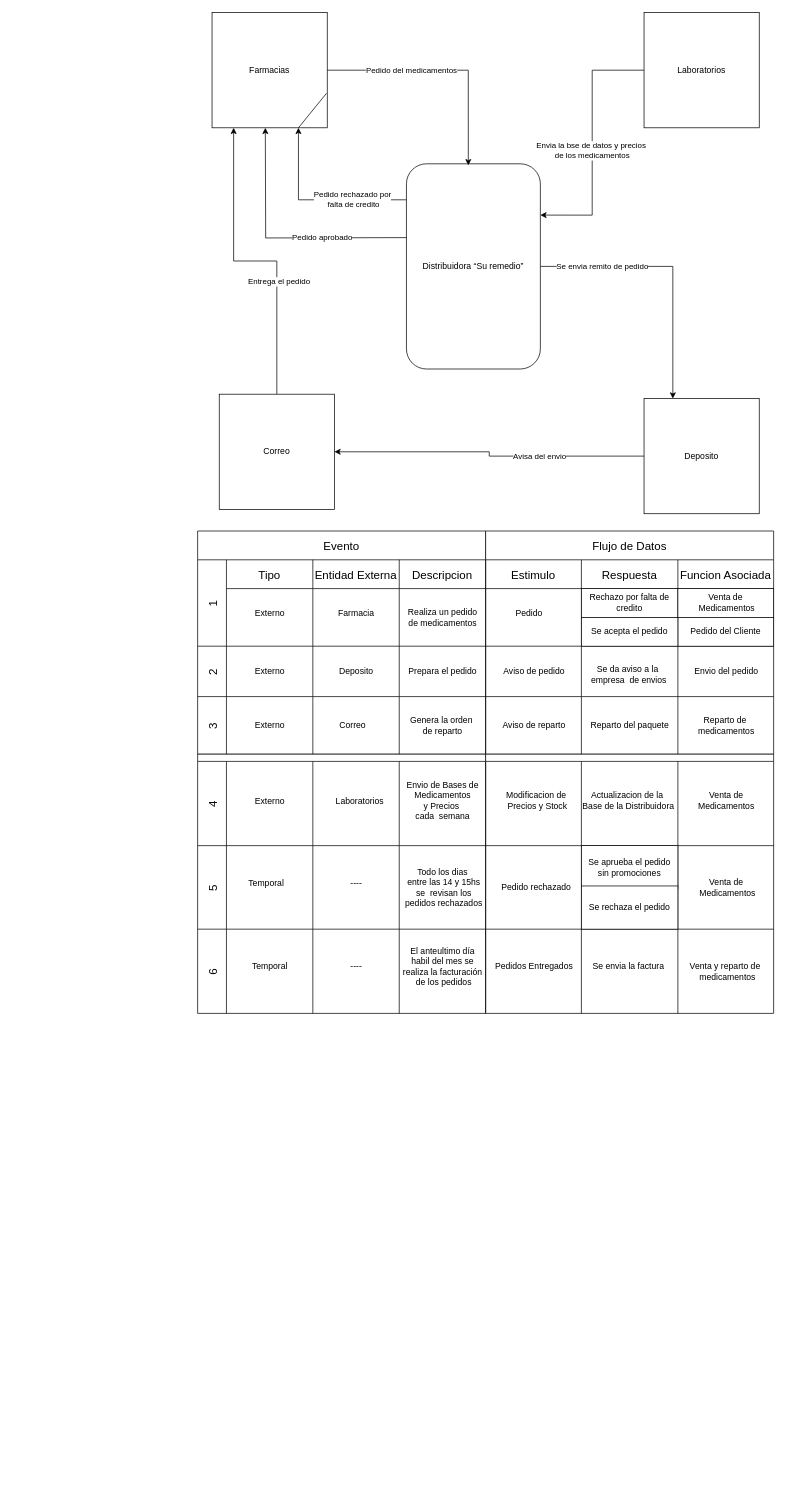
This is Diagrama sin título.drawio from LucasDiBs/DFD, a draw.io file, before an edit. Source tidied: cells renumbered, new cells numbered last; positions are measured from the earlier drawing's top-left corner, leaving out a move shared by most shapes. Both pictures are drawn from the tidied source at 72%, with x=0, y=0 at pixel (197, 12).
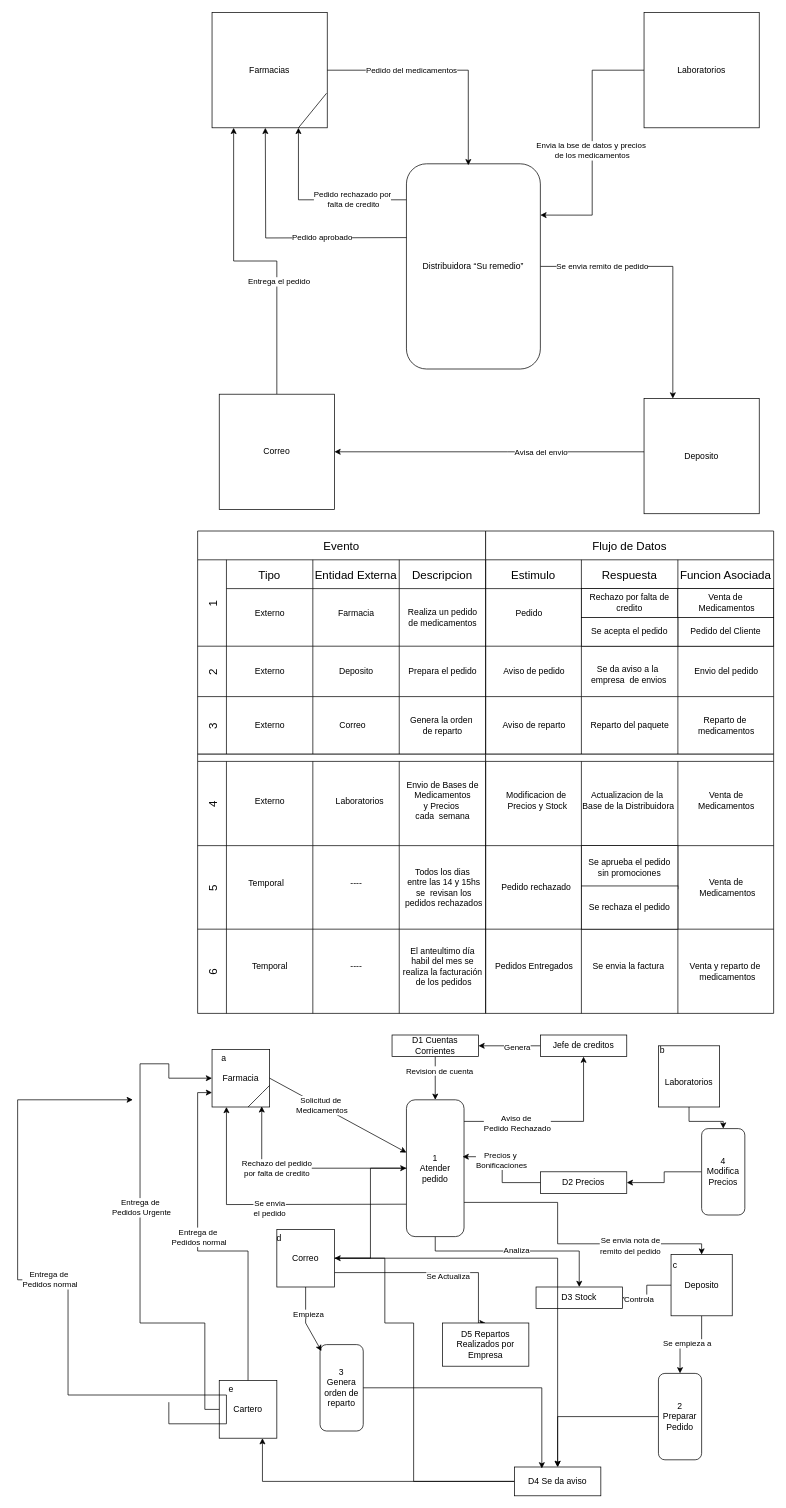
After the change.

The change refers to these unchanged cells:
```xml
<mxCell id="18" value="Deposito" style="whiteSpace=wrap;html=1;" parent="1" vertex="1">
  <mxGeometry x="620" y="536" width="160" height="160" as="geometry" />
</mxCell>
<mxCell id="21" value="Correo" style="whiteSpace=wrap;html=1;" parent="1" vertex="1">
  <mxGeometry x="30" y="530" width="160" height="160" as="geometry" />
</mxCell>
<mxCell id="82" style="swimlane;swimlaneHead=0;swimlaneBody=0;fontStyle=0;strokeColor=inherit;fillColor=none;startSize=0;fontSize=16;" parent="77" vertex="1">
  <mxGeometry x="280" width="120" height="116" as="geometry" />
</mxCell>
```

Diff of the diagram source:
```diff
@@
+    <mxCell id="114" style="edgeStyle=orthogonalEdgeStyle;rounded=0;jettySize=auto;html=1;" parent="1" edge="1" source="124" target="133">
+      <mxGeometry relative="1" as="geometry">
+        <Array as="points">
+          <mxPoint x="330" y="1720" />
+          <mxPoint x="530" y="1720" />
+        </Array>
+      </mxGeometry>
+    </mxCell>
+    <mxCell id="115" value="Analiza" style="edgeLabel;html=1;align=center;verticalAlign=middle;" parent="114" vertex="1">
+      <mxGeometry x="-0.02" y="2" relative="1" as="geometry" />
+    </mxCell>
@@
     <mxCell id="16" style="edgeStyle=orthogonalEdgeStyle;rounded=0;jettySize=auto;html=1;entryX=1;entryY=0.5;entryDx=0;entryDy=0;" parent="1" edge="1" source="18" target="21">
-      <mxGeometry relative="1" as="geometry" />
+      <mxGeometry relative="1" as="geometry">
+        <Array as="points">
+          <mxPoint x="430" y="610" />
+          <mxPoint x="430" y="610" />
+        </Array>
+      </mxGeometry>
     </mxCell>
@@
-    <mxCell id="83" value="Todo los dias&lt;div&gt;&amp;nbsp;entre las 14 y 15hs&lt;/div&gt;&lt;div&gt;&amp;nbsp;&lt;span style=&quot;background-color: initial;&quot;&gt;se&amp;nbsp;&lt;/span&gt;&lt;span style=&quot;background-color: initial;&quot;&gt;&amp;nbsp;revisan los&lt;/span&gt;&lt;/div&gt;&lt;div&gt;&lt;span style=&quot;background-color: initial;&quot;&gt;&amp;nbsp;pedidos&amp;nbsp;&lt;/span&gt;&lt;span style=&quot;background-color: initial;&quot;&gt;rechazados&lt;/span&gt;&lt;/div&gt;" style="text;html=1;align=center;verticalAlign=middle;strokeColor=none;fillColor=none;" parent="82" vertex="1">
+    <mxCell id="83" value="Todos los dias&lt;div&gt;&amp;nbsp;entre las 14 y 15hs&lt;/div&gt;&lt;div&gt;&amp;nbsp;&lt;span style=&quot;background-color: initial;&quot;&gt;se&amp;nbsp;&lt;/span&gt;&lt;span style=&quot;background-color: initial;&quot;&gt;&amp;nbsp;revisan los&lt;/span&gt;&lt;/div&gt;&lt;div&gt;&lt;span style=&quot;background-color: initial;&quot;&gt;&amp;nbsp;pedidos&amp;nbsp;&lt;/span&gt;&lt;span style=&quot;background-color: initial;&quot;&gt;rechazados&lt;/span&gt;&lt;/div&gt;" style="text;html=1;align=center;verticalAlign=middle;strokeColor=none;fillColor=none;" parent="82" vertex="1">
       <mxGeometry x="-5" y="23" width="130" height="70" as="geometry" />
     </mxCell>
@@
+    <mxCell id="116" value="&lt;div&gt;&lt;span style=&quot;background-color: initial;&quot;&gt;a&lt;/span&gt;&lt;span style=&quot;background-color: initial;&quot;&gt;&lt;span style=&quot;white-space: pre;&quot;&gt;&#9;&lt;span style=&quot;white-space: pre;&quot;&gt;&#9;&lt;/span&gt;&lt;/span&gt;&lt;/span&gt;&lt;/div&gt;&lt;div&gt;&lt;span style=&quot;background-color: initial;&quot;&gt;&lt;br&gt;&lt;/span&gt;&lt;/div&gt;&lt;div&gt;&lt;span style=&quot;background-color: initial;&quot;&gt;Farmacia&lt;/span&gt;&lt;br&gt;&lt;/div&gt;&lt;div&gt;&lt;span style=&quot;background-color: initial;&quot;&gt;&lt;br&gt;&lt;/span&gt;&lt;/div&gt;&lt;div&gt;&lt;span style=&quot;background-color: initial;&quot;&gt;&lt;br&gt;&lt;/span&gt;&lt;/div&gt;" style="whiteSpace=wrap;html=1;" parent="1" vertex="1">
+      <mxGeometry x="20" y="1440" width="80" height="80" as="geometry" />
+    </mxCell>
+    <mxCell id="117" style="endArrow=none;html=1;rounded=0;" parent="1" edge="1">
+      <mxGeometry relative="1" as="geometry">
+        <mxPoint x="70" y="1520" as="sourcePoint" />
+        <mxPoint x="100" y="1490" as="targetPoint" />
+        <Array as="points">
+          <mxPoint x="90" y="1500" />
+        </Array>
+      </mxGeometry>
+    </mxCell>
+    <mxCell id="118" style="edgeStyle=orthogonalEdgeStyle;rounded=0;jettySize=auto;html=1;entryX=0.25;entryY=1;entryDx=0;entryDy=0;" parent="1" edge="1" target="116">
+      <mxGeometry relative="1" as="geometry">
+        <mxPoint x="290" y="1655" as="sourcePoint" />
+      </mxGeometry>
+    </mxCell>
+    <mxCell id="119" value="Se envia&lt;div&gt;el pedido&lt;/div&gt;" style="edgeLabel;html=1;align=center;verticalAlign=middle;" parent="118" vertex="1">
+      <mxGeometry x="-0.01" y="5" relative="1" as="geometry" />
+    </mxCell>
+    <mxCell id="120" style="edgeStyle=orthogonalEdgeStyle;rounded=0;jettySize=auto;html=1;" parent="1" edge="1" source="124" target="131">
+      <mxGeometry relative="1" as="geometry">
+        <Array as="points">
+          <mxPoint x="536" y="1540" />
+        </Array>
+      </mxGeometry>
+    </mxCell>
+    <mxCell id="121" value="Aviso de&amp;nbsp;&lt;div&gt;Pedido Rechazado&lt;/div&gt;" style="edgeLabel;html=1;align=center;verticalAlign=middle;" parent="120" vertex="1">
+      <mxGeometry x="-0.43" y="-2" relative="1" as="geometry" />
+    </mxCell>
+    <mxCell id="122" style="edgeStyle=orthogonalEdgeStyle;rounded=0;jettySize=auto;html=1;exitX=0.75;exitY=0;exitDx=0;exitDy=0;" parent="1" edge="1" source="124" target="145">
+      <mxGeometry relative="1" as="geometry">
+        <Array as="points">
+          <mxPoint x="500" y="1653" />
+          <mxPoint x="500" y="1710" />
+        </Array>
+      </mxGeometry>
+    </mxCell>
+    <mxCell id="123" value="Se envia nota de&lt;div&gt;remito del pedido&lt;/div&gt;" style="edgeLabel;html=1;align=center;verticalAlign=middle;" parent="122" vertex="1">
+      <mxGeometry x="0.43" y="-2" relative="1" as="geometry" />
+    </mxCell>
+    <mxCell id="124" value="&lt;span style=&quot;background-color: initial;&quot;&gt;1&lt;/span&gt;&lt;div&gt;&lt;span style=&quot;background-color: initial;&quot;&gt;Atender pedido&lt;/span&gt;&lt;/div&gt;" style="rounded=1;whiteSpace=wrap;html=1;direction=south;" parent="1" vertex="1">
+      <mxGeometry x="290" y="1510" width="80" height="190" as="geometry" />
+    </mxCell>
+    <mxCell id="125" style="endArrow=classic;html=1;rounded=0;exitX=1;exitY=0.5;exitDx=0;exitDy=0;" parent="1" edge="1" source="116" target="124">
+      <mxGeometry relative="1" as="geometry" />
+    </mxCell>
+    <mxCell id="126" value="Solicitud de&lt;div&gt;&amp;nbsp;Medicamentos&lt;/div&gt;" style="edgeLabel;html=1;align=center;verticalAlign=middle;" parent="125" vertex="1">
+      <mxGeometry x="-0.26" y="1" relative="1" as="geometry" />
+    </mxCell>
+    <mxCell id="127" style="edgeStyle=orthogonalEdgeStyle;rounded=0;jettySize=auto;html=1;entryX=0.863;entryY=0.988;entryDx=0;entryDy=0;entryPerimeter=0;" parent="1" edge="1" source="124" target="116">
+      <mxGeometry relative="1" as="geometry" />
+    </mxCell>
+    <mxCell id="128" value="Rechazo del pedido&lt;div&gt;por falta de credito&lt;/div&gt;" style="edgeLabel;html=1;align=center;verticalAlign=middle;" parent="127" vertex="1">
+      <mxGeometry x="0.26" relative="1" as="geometry" />
+    </mxCell>
+    <mxCell id="129" style="edgeStyle=orthogonalEdgeStyle;rounded=0;jettySize=auto;html=1;" parent="1" edge="1" source="131" target="136">
+      <mxGeometry relative="1" as="geometry" />
+    </mxCell>
+    <mxCell id="130" value="Genera" style="edgeLabel;html=1;align=center;verticalAlign=middle;" parent="129" vertex="1">
+      <mxGeometry x="-0.23" y="1" relative="1" as="geometry" />
+    </mxCell>
+    <mxCell id="131" value="Jefe de creditos" style="whiteSpace=wrap;html=1;" parent="1" vertex="1">
+      <mxGeometry x="476" y="1420" width="120" height="30" as="geometry" />
+    </mxCell>
+    <mxCell id="132" value="D2 Precios" style="whiteSpace=wrap;html=1;" parent="1" vertex="1">
+      <mxGeometry x="476" y="1610" width="120" height="30" as="geometry" />
+    </mxCell>
+    <mxCell id="133" value="D3 Stock" style="whiteSpace=wrap;html=1;" parent="1" vertex="1">
+      <mxGeometry x="470" y="1770" width="120" height="30" as="geometry" />
+    </mxCell>
+    <mxCell id="134" style="edgeStyle=orthogonalEdgeStyle;rounded=0;jettySize=auto;html=1;" parent="1" edge="1" source="136" target="124">
+      <mxGeometry relative="1" as="geometry" />
+    </mxCell>
+    <mxCell id="135" value="Revision de cuenta" style="edgeLabel;html=1;align=center;verticalAlign=middle;" parent="134" vertex="1">
+      <mxGeometry x="-0.37" y="5" relative="1" as="geometry" />
+    </mxCell>
+    <mxCell id="136" value="D1 Cuentas Corrientes" style="whiteSpace=wrap;html=1;" parent="1" vertex="1">
+      <mxGeometry x="270" y="1420" width="120" height="30" as="geometry" />
+    </mxCell>
+    <mxCell id="137" style="edgeStyle=orthogonalEdgeStyle;rounded=0;jettySize=auto;html=1;entryX=0.416;entryY=0.025;entryDx=0;entryDy=0;entryPerimeter=0;" parent="1" edge="1" source="132" target="124">
+      <mxGeometry relative="1" as="geometry" />
+    </mxCell>
+    <mxCell id="138" value="Precios y&amp;nbsp;&lt;div&gt;Bonificaciones&lt;/div&gt;" style="edgeLabel;html=1;align=center;verticalAlign=middle;" parent="137" vertex="1">
+      <mxGeometry x="0.18" y="2" relative="1" as="geometry" />
+    </mxCell>
+    <mxCell id="139" style="edgeStyle=orthogonalEdgeStyle;rounded=0;jettySize=auto;html=1;" parent="1" edge="1" source="140" target="165">
+      <mxGeometry relative="1" as="geometry" />
+    </mxCell>
+    <mxCell id="140" value="&lt;div&gt;b&lt;span style=&quot;white-space: pre;&quot;&gt;&#9;&lt;span style=&quot;white-space: pre;&quot;&gt;&#9;&lt;/span&gt;&lt;/span&gt;&lt;span style=&quot;white-space: pre;&quot;&gt;&#9;&lt;/span&gt;&lt;/div&gt;&lt;div&gt;&lt;br&gt;&lt;/div&gt;&lt;div&gt;&lt;br&gt;&lt;/div&gt;&lt;div&gt;Laboratorios&lt;/div&gt;&lt;div&gt;&lt;br&gt;&lt;/div&gt;&lt;div&gt;&lt;br&gt;&lt;/div&gt;" style="whiteSpace=wrap;html=1;" parent="1" vertex="1">
+      <mxGeometry x="640" y="1435" width="85" height="85" as="geometry" />
+    </mxCell>
+    <mxCell id="141" style="edgeStyle=orthogonalEdgeStyle;rounded=0;jettySize=auto;html=1;entryX=1;entryY=0.5;entryDx=0;entryDy=0;" parent="1" edge="1" source="145" target="133">
+      <mxGeometry relative="1" as="geometry" />
+    </mxCell>
+    <mxCell id="142" value="Controla" style="edgeLabel;html=1;align=center;verticalAlign=middle;" parent="141" vertex="1">
+      <mxGeometry x="0.48" y="1" relative="1" as="geometry" />
+    </mxCell>
+    <mxCell id="143" style="edgeStyle=orthogonalEdgeStyle;rounded=0;jettySize=auto;html=1;" parent="1" edge="1" source="145" target="147">
+      <mxGeometry relative="1" as="geometry" />
+    </mxCell>
+    <mxCell id="144" value="Se empieza a" style="edgeLabel;html=1;align=center;verticalAlign=middle;" parent="143" vertex="1">
+      <mxGeometry x="0.11" y="-2" relative="1" as="geometry" />
+    </mxCell>
+    <mxCell id="145" value="c&lt;span style=&quot;white-space: pre;&quot;&gt;&#9;&lt;span style=&quot;white-space: pre;&quot;&gt;&#9;&lt;/span&gt;&lt;/span&gt;&lt;span style=&quot;white-space: pre;&quot;&gt;&#9;&lt;/span&gt;&lt;div&gt;&lt;br&gt;&lt;/div&gt;&lt;div&gt;Deposito&lt;/div&gt;&lt;div&gt;&lt;br&gt;&lt;/div&gt;&lt;div&gt;&lt;br&gt;&lt;/div&gt;" style="whiteSpace=wrap;html=1;" parent="1" vertex="1">
+      <mxGeometry x="657.5" y="1725" width="85" height="85" as="geometry" />
+    </mxCell>
+    <mxCell id="146" style="edgeStyle=orthogonalEdgeStyle;rounded=0;jettySize=auto;html=1;" parent="1" edge="1" source="147" target="155">
+      <mxGeometry relative="1" as="geometry" />
+    </mxCell>
+    <mxCell id="147" value="2&lt;div&gt;Preparar Pedido&lt;/div&gt;" style="rounded=1;whiteSpace=wrap;html=1;direction=south;" parent="1" vertex="1">
+      <mxGeometry x="640" y="1890" width="60" height="120" as="geometry" />
+    </mxCell>
+    <mxCell id="148" style="edgeStyle=orthogonalEdgeStyle;rounded=0;jettySize=auto;html=1;" parent="1" edge="1" source="152" target="155">
+      <mxGeometry relative="1" as="geometry" />
+    </mxCell>
+    <mxCell id="149" style="edgeStyle=orthogonalEdgeStyle;rounded=0;jettySize=auto;html=1;entryX=0.5;entryY=0;entryDx=0;entryDy=0;" parent="1" edge="1" source="152" target="156">
+      <mxGeometry relative="1" as="geometry">
+        <Array as="points">
+          <mxPoint x="390" y="1750" />
+        </Array>
+      </mxGeometry>
+    </mxCell>
+    <mxCell id="150" value="Se Actualiza" style="edgeLabel;html=1;align=center;verticalAlign=middle;" parent="149" vertex="1">
+      <mxGeometry x="0.12" y="-5" relative="1" as="geometry" />
+    </mxCell>
+    <mxCell id="151" style="edgeStyle=orthogonalEdgeStyle;rounded=0;jettySize=auto;html=1;" parent="1" edge="1" source="152" target="124">
+      <mxGeometry relative="1" as="geometry" />
+    </mxCell>
+    <mxCell id="152" value="d&lt;span style=&quot;white-space: pre;&quot;&gt;&#9;&lt;/span&gt;&lt;span style=&quot;white-space: pre;&quot;&gt;&#9;&lt;/span&gt;&lt;span style=&quot;white-space: pre;&quot;&gt;&#9;&lt;/span&gt;&lt;div&gt;&lt;br&gt;&lt;/div&gt;&lt;div&gt;Correo&lt;/div&gt;&lt;div&gt;&lt;br&gt;&lt;/div&gt;&lt;div&gt;&lt;br&gt;&lt;/div&gt;" style="whiteSpace=wrap;html=1;" parent="1" vertex="1">
+      <mxGeometry x="110" y="1690" width="80" height="80" as="geometry" />
+    </mxCell>
+    <mxCell id="153" style="edgeStyle=orthogonalEdgeStyle;rounded=0;jettySize=auto;html=1;entryX=1;entryY=0.5;entryDx=0;entryDy=0;" parent="1" edge="1" source="155" target="152">
+      <mxGeometry relative="1" as="geometry">
+        <Array as="points">
+          <mxPoint x="300" y="2040" />
+          <mxPoint x="300" y="1820" />
+          <mxPoint x="260" y="1820" />
+          <mxPoint x="260" y="1730" />
+        </Array>
+      </mxGeometry>
+    </mxCell>
+    <mxCell id="154" style="edgeStyle=orthogonalEdgeStyle;rounded=0;jettySize=auto;html=1;entryX=0.75;entryY=1;entryDx=0;entryDy=0;" parent="1" edge="1" source="155" target="159">
+      <mxGeometry relative="1" as="geometry" />
+    </mxCell>
+    <mxCell id="155" value="D4 Se da aviso" style="rounded=0;whiteSpace=wrap;html=1;" parent="1" vertex="1">
+      <mxGeometry x="440" y="2020" width="120" height="40" as="geometry" />
+    </mxCell>
+    <mxCell id="156" value="D5&amp;nbsp;Repartos Realizados por Empresa" style="rounded=0;whiteSpace=wrap;html=1;" parent="1" vertex="1">
+      <mxGeometry x="340" y="1820" width="120" height="60" as="geometry" />
+    </mxCell>
+    <mxCell id="157" style="edgeStyle=orthogonalEdgeStyle;rounded=0;jettySize=auto;html=1;entryX=0;entryY=0.75;entryDx=0;entryDy=0;" parent="1" edge="1" source="159" target="116">
+      <mxGeometry relative="1" as="geometry">
+        <Array as="points">
+          <mxPoint x="70" y="1720" />
+          <mxPoint y="1720" />
+          <mxPoint y="1500" />
+        </Array>
+      </mxGeometry>
+    </mxCell>
+    <mxCell id="158" value="Entrega de&amp;nbsp;&lt;div&gt;Pedidos normal&lt;/div&gt;" style="edgeLabel;html=1;align=center;verticalAlign=middle;" parent="157" vertex="1">
+      <mxGeometry x="0.1" y="-1" relative="1" as="geometry" />
+    </mxCell>
+    <mxCell id="159" value="e&lt;span style=&quot;white-space: pre;&quot;&gt;&#9;&lt;/span&gt;&lt;span style=&quot;white-space: pre;&quot;&gt;&#9;&lt;/span&gt;&lt;div&gt;&lt;br&gt;&lt;/div&gt;&lt;div&gt;Cartero&lt;/div&gt;&lt;div&gt;&lt;br&gt;&lt;/div&gt;&lt;div&gt;&lt;br&gt;&lt;/div&gt;" style="whiteSpace=wrap;html=1;" parent="1" vertex="1">
+      <mxGeometry x="30" y="1900" width="80" height="80" as="geometry" />
+    </mxCell>
+    <mxCell id="160" value="&lt;div&gt;3&lt;/div&gt;&lt;div&gt;Genera orden de reparto&lt;/div&gt;" style="rounded=1;whiteSpace=wrap;html=1;direction=south;" parent="1" vertex="1">
+      <mxGeometry x="170" y="1850" width="60" height="120" as="geometry" />
+    </mxCell>
+    <mxCell id="161" style="endArrow=classic;html=1;rounded=0;entryX=0.075;entryY=0.967;entryDx=0;entryDy=0;exitX=0.5;exitY=1;exitDx=0;exitDy=0;entryPerimeter=0;" parent="1" edge="1" source="152" target="160">
+      <mxGeometry relative="1" as="geometry">
+        <Array as="points">
+          <mxPoint x="150" y="1820" />
+        </Array>
+      </mxGeometry>
+    </mxCell>
+    <mxCell id="162" value="Empieza" style="edgeLabel;html=1;align=center;verticalAlign=middle;" parent="161" vertex="1">
+      <mxGeometry x="-0.21" y="3" relative="1" as="geometry" />
+    </mxCell>
+    <mxCell id="163" style="edgeStyle=orthogonalEdgeStyle;rounded=0;jettySize=auto;html=1;entryX=0.317;entryY=0.05;entryDx=0;entryDy=0;entryPerimeter=0;" parent="1" edge="1" source="160" target="155">
+      <mxGeometry relative="1" as="geometry" />
+    </mxCell>
+    <mxCell id="164" style="edgeStyle=orthogonalEdgeStyle;rounded=0;jettySize=auto;html=1;" parent="1" edge="1" source="165" target="132">
+      <mxGeometry relative="1" as="geometry" />
+    </mxCell>
+    <mxCell id="165" value="&lt;div&gt;4&lt;/div&gt;&lt;div&gt;Modifica&lt;/div&gt;&lt;div&gt;Precios&lt;/div&gt;" style="rounded=1;whiteSpace=wrap;html=1;direction=south;" parent="1" vertex="1">
+      <mxGeometry x="700" y="1550" width="60" height="120" as="geometry" />
+    </mxCell>
+    <mxCell id="166" style="edgeStyle=orthogonalEdgeStyle;rounded=0;jettySize=auto;html=1;entryX=0;entryY=0.5;entryDx=0;entryDy=0;" parent="1" edge="1" source="159" target="116">
+      <mxGeometry relative="1" as="geometry">
+        <Array as="points">
+          <mxPoint x="10" y="1940" />
+          <mxPoint x="10" y="1820" />
+          <mxPoint x="-80" y="1820" />
+          <mxPoint x="-80" y="1460" />
+          <mxPoint x="-40" y="1460" />
+          <mxPoint x="-40" y="1480" />
+        </Array>
+      </mxGeometry>
+    </mxCell>
+    <mxCell id="167" value="Entrega de&amp;nbsp;&lt;div&gt;Pedidos Urgente&lt;/div&gt;" style="edgeLabel;html=1;align=center;verticalAlign=middle;" parent="166" vertex="1">
+      <mxGeometry x="0.1" y="-1" relative="1" as="geometry" />
+    </mxCell>
+    <mxCell id="168" style="edgeStyle=orthogonalEdgeStyle;rounded=0;orthogonalLoop=1;jettySize=auto;html=1;" parent="1" edge="1">
+      <mxGeometry relative="1" as="geometry">
+        <mxPoint x="-40" y="1930" as="sourcePoint" />
+        <mxPoint x="-90" y="1510" as="targetPoint" />
+        <Array as="points">
+          <mxPoint x="-40" y="1960" />
+          <mxPoint x="40" y="1960" />
+          <mxPoint x="40" y="1920" />
+          <mxPoint x="-180" y="1920" />
+          <mxPoint x="-180" y="1760" />
+          <mxPoint x="-250" y="1760" />
+          <mxPoint x="-250" y="1510" />
+        </Array>
+      </mxGeometry>
+    </mxCell>
+    <mxCell id="169" value="Entrega de&amp;nbsp;&lt;div&gt;Pedidos normal&lt;/div&gt;" style="edgeLabel;html=1;align=center;verticalAlign=middle;" parent="168" vertex="1">
+      <mxGeometry x="0.1" y="-1" relative="1" as="geometry" />
+    </mxCell>
```
